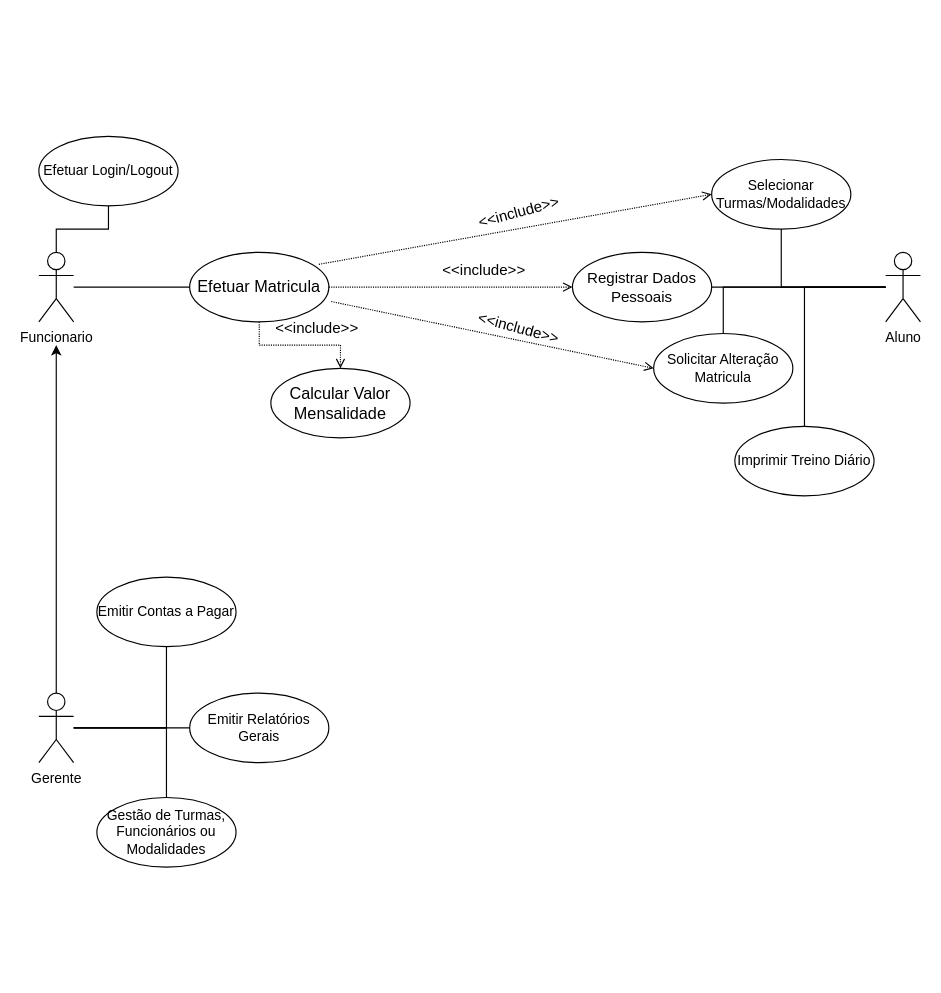
Earlier version of the draw.io diagram SÓBOMBADOS.drawio (loui674/Diagramas-de-Caso-de-Uso). Source tidied: cells renumbered, new cells numbered last; positions are measured from the earlier drawing's top-left corner, leaving out a move shared by most shapes. Both pictures are drawn from the tidied source at 116%, with x=0, y=0 at pixel (38, 136).
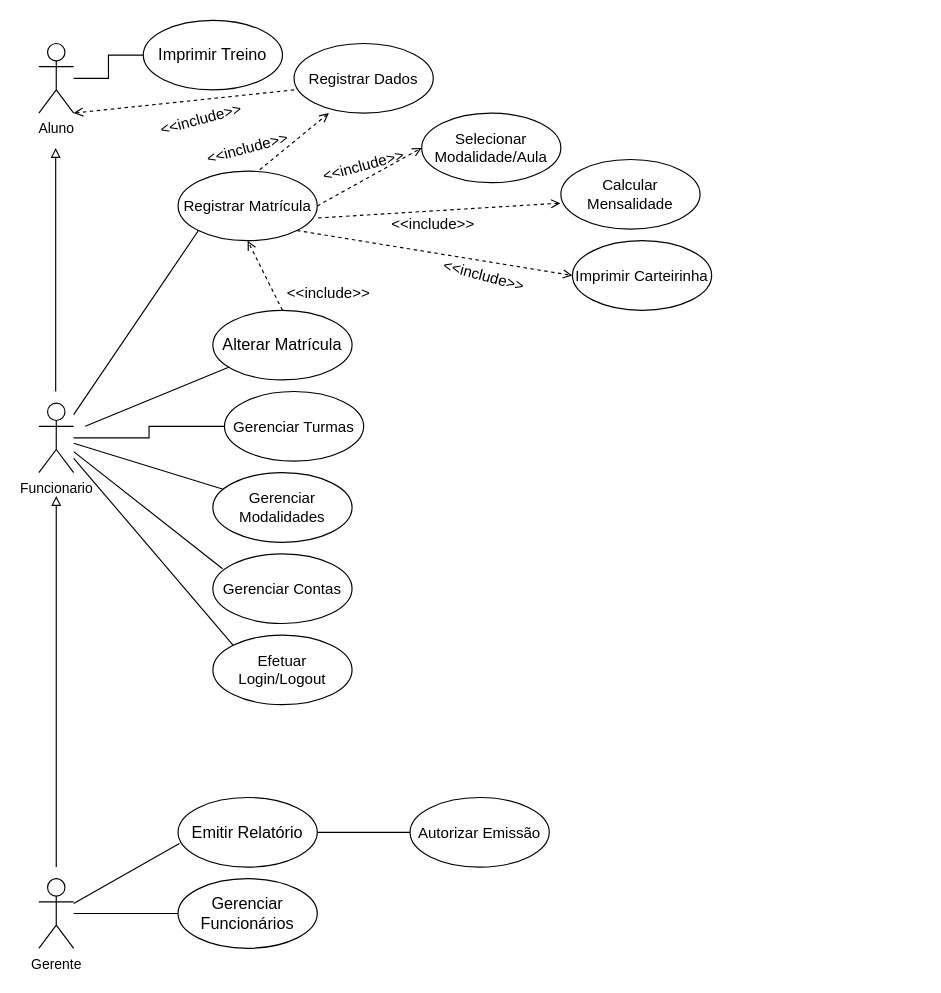
The same diagram, later.

Change to the diagram source:
```diff
@@
-    <mxCell id="2" style="edgeStyle=orthogonalEdgeStyle;rounded=0;jettySize=auto;html=1;fontSize=14;endArrow=none;endFill=0;" parent="1" edge="1" source="4" target="11">
-      <mxGeometry relative="1" as="geometry" />
-    </mxCell>
+    <mxCell id="33" style="edgeStyle=orthogonalEdgeStyle;rounded=0;jettySize=auto;html=1;fontSize=14;endArrow=none;endFill=0;" parent="1" edge="1" source="4" target="39">
+      <mxGeometry relative="1" as="geometry" />
+    </mxCell>
+    <mxCell id="4" value="Funcionario&lt;br&gt;" style="shape=umlActor;verticalLabelPosition=bottom;verticalAlign=top;outlineConnect=0;fillColor=default;fontStyle=0;html=1;horizontal=1;" parent="1" vertex="1">
+      <mxGeometry y="230" width="30" height="60" as="geometry" />
+    </mxCell>
+    <mxCell id="34" style="edgeStyle=orthogonalEdgeStyle;rounded=0;jettySize=auto;html=1;endArrow=none;endFill=0;" parent="1" edge="1" source="9" target="36">
+      <mxGeometry relative="1" as="geometry" />
+    </mxCell>
+    <mxCell id="9" value="Aluno" style="shape=umlActor;verticalLabelPosition=bottom;verticalAlign=top;outlineConnect=0;fillColor=default;fontStyle=0;html=1;horizontal=1;" parent="1" vertex="1">
+      <mxGeometry y="-80" width="30" height="60" as="geometry" />
+    </mxCell>
+    <mxCell id="35" style="edgeStyle=orthogonalEdgeStyle;rounded=0;jettySize=auto;html=1;fontSize=13;endArrow=none;endFill=0;" parent="1" edge="1" source="26" target="44">
+      <mxGeometry relative="1" as="geometry" />
+    </mxCell>
+    <mxCell id="26" value="Gerente" style="shape=umlActor;verticalLabelPosition=bottom;verticalAlign=top;outlineConnect=0;fillColor=default;fontStyle=0;html=1;horizontal=1;" parent="1" vertex="1">
+      <mxGeometry y="640" width="30" height="60" as="geometry" />
+    </mxCell>
+    <mxCell id="36" value="Imprimir Treino" style="ellipse;whiteSpace=wrap;html=1;verticalAlign=middle;fontStyle=0;fontSize=14;" parent="1" vertex="1">
+      <mxGeometry x="90" y="-100" width="120" height="60" as="geometry" />
+    </mxCell>
+    <mxCell id="37" style="endArrow=block;html=1;rounded=0;fontSize=14;endFill=0;" parent="1" edge="1">
+      <mxGeometry relative="1" as="geometry">
+        <mxPoint x="14.5" y="220" as="sourcePoint" />
+        <mxPoint x="14.5" y="10" as="targetPoint" />
+      </mxGeometry>
+    </mxCell>
+    <mxCell id="38" style="endArrow=block;html=1;rounded=0;fontSize=14;endFill=0;" parent="1" edge="1">
+      <mxGeometry relative="1" as="geometry">
+        <mxPoint x="15" y="630" as="sourcePoint" />
+        <mxPoint x="15" y="310" as="targetPoint" />
+      </mxGeometry>
+    </mxCell>
+    <mxCell id="39" value="Gerenciar Turmas" style="ellipse;whiteSpace=wrap;html=1;verticalAlign=middle;fontStyle=0;fontSize=13;" parent="1" vertex="1">
+      <mxGeometry x="160" y="220" width="120" height="60" as="geometry" />
+    </mxCell>
+    <mxCell id="40" value="Registrar Matrícula" style="ellipse;whiteSpace=wrap;html=1;verticalAlign=middle;fontStyle=0;fontSize=13;" parent="1" vertex="1">
+      <mxGeometry x="120" y="30" width="120" height="60" as="geometry" />
+    </mxCell>
+    <mxCell id="41" value="Alterar Matrícula" style="ellipse;whiteSpace=wrap;html=1;verticalAlign=middle;fontStyle=0;fontSize=14;" parent="1" vertex="1">
+      <mxGeometry x="150" y="150" width="120" height="60" as="geometry" />
+    </mxCell>
+    <mxCell id="42" value="Registrar Dados" style="ellipse;whiteSpace=wrap;html=1;verticalAlign=middle;fontStyle=0;fontSize=13;" parent="1" vertex="1">
+      <mxGeometry x="220" y="-80" width="120" height="60" as="geometry" />
+    </mxCell>
+    <mxCell id="43" value="Calcular Mensalidade" style="ellipse;whiteSpace=wrap;html=1;verticalAlign=middle;fontStyle=0;fontSize=13;" parent="1" vertex="1">
+      <mxGeometry x="450" y="20" width="120" height="60" as="geometry" />
+    </mxCell>
+    <mxCell id="44" value="Gerenciar Funcionários" style="ellipse;whiteSpace=wrap;html=1;verticalAlign=middle;fontStyle=0;fontSize=14;" parent="1" vertex="1">
+      <mxGeometry x="120" y="640" width="120" height="60" as="geometry" />
+    </mxCell>
+    <mxCell id="45" style="endArrow=open;html=1;rounded=0;fontSize=14;entryX=1;entryY=1;entryDx=0;entryDy=0;entryPerimeter=0;endFill=0;startArrow=none;startFill=0;dashed=1;exitX=0;exitY=0.667;exitDx=0;exitDy=0;exitPerimeter=0;" parent="1" edge="1" source="42" target="9">
+      <mxGeometry relative="1" as="geometry" />
+    </mxCell>
+    <mxCell id="46" value="&amp;lt;&amp;lt;include&amp;gt;&amp;gt;" style="text;html=1;strokeColor=none;fillColor=none;align=center;verticalAlign=middle;whiteSpace=wrap;rounded=0;fontSize=13;rotation=-15;" parent="1" vertex="1">
+      <mxGeometry x="110" y="-30" width="60" height="30" as="geometry" />
+    </mxCell>
+    <mxCell id="47" value="Selecionar Modalidade/Aula" style="ellipse;whiteSpace=wrap;html=1;verticalAlign=middle;fontStyle=0;fontSize=13;" parent="1" vertex="1">
+      <mxGeometry x="330" y="-20" width="120" height="60" as="geometry" />
+    </mxCell>
+    <mxCell id="48" style="endArrow=none;html=1;rounded=0;fontSize=13;entryX=0;entryY=1;entryDx=0;entryDy=0;" parent="1" edge="1" target="40">
+      <mxGeometry relative="1" as="geometry">
+        <mxPoint x="30" y="240" as="sourcePoint" />
+      </mxGeometry>
+    </mxCell>
+    <mxCell id="49" style="endArrow=open;dashed=1;html=1;rounded=0;fontSize=13;entryX=0.5;entryY=1;entryDx=0;entryDy=0;exitX=0.5;exitY=0;exitDx=0;exitDy=0;endFill=0;" parent="1" edge="1" source="41" target="40">
+      <mxGeometry relative="1" as="geometry" />
+    </mxCell>
+    <mxCell id="50" value="&amp;lt;&amp;lt;include&amp;gt;&amp;gt;" style="text;html=1;strokeColor=none;fillColor=none;align=center;verticalAlign=middle;whiteSpace=wrap;rounded=0;fontSize=13;" parent="1" vertex="1">
+      <mxGeometry x="220" y="120" width="60" height="30" as="geometry" />
+    </mxCell>
+    <mxCell id="51" style="endArrow=open;dashed=1;html=1;rounded=0;fontSize=13;entryX=0;entryY=0.5;entryDx=0;entryDy=0;exitX=1;exitY=0.5;exitDx=0;exitDy=0;endFill=0;" parent="1" edge="1" source="40" target="47">
+      <mxGeometry relative="1" as="geometry" />
+    </mxCell>
+    <mxCell id="52" value="&amp;lt;&amp;lt;include&amp;gt;&amp;gt;" style="text;html=1;strokeColor=none;fillColor=none;align=center;verticalAlign=middle;whiteSpace=wrap;rounded=0;fontSize=13;rotation=-15;" parent="1" vertex="1">
+      <mxGeometry x="250" y="10" width="60" height="30" as="geometry" />
+    </mxCell>
+    <mxCell id="53" style="endArrow=open;dashed=1;html=1;rounded=0;fontSize=13;entryX=-0.003;entryY=0.627;entryDx=0;entryDy=0;exitX=1.007;exitY=0.673;exitDx=0;exitDy=0;endFill=0;exitPerimeter=0;entryPerimeter=0;" parent="1" edge="1" source="40" target="43">
+      <mxGeometry relative="1" as="geometry" />
+    </mxCell>
+    <mxCell id="54" value="&amp;lt;&amp;lt;include&amp;gt;&amp;gt;" style="text;html=1;strokeColor=none;fillColor=none;align=center;verticalAlign=middle;whiteSpace=wrap;rounded=0;fontSize=13;rotation=0;" parent="1" vertex="1">
+      <mxGeometry x="310" y="60" width="60" height="30" as="geometry" />
+    </mxCell>
+    <mxCell id="55" style="endArrow=open;dashed=1;html=1;rounded=0;fontSize=13;entryX=0.25;entryY=1;entryDx=0;entryDy=0;exitX=0.587;exitY=-0.02;exitDx=0;exitDy=0;endFill=0;exitPerimeter=0;entryPerimeter=0;" parent="1" edge="1" source="40" target="42">
+      <mxGeometry relative="1" as="geometry" />
+    </mxCell>
+    <mxCell id="56" value="&amp;lt;&amp;lt;include&amp;gt;&amp;gt;" style="text;html=1;strokeColor=none;fillColor=none;align=center;verticalAlign=middle;whiteSpace=wrap;rounded=0;fontSize=13;rotation=-15;" parent="1" vertex="1">
+      <mxGeometry x="150" y="-5" width="60" height="30" as="geometry" />
+    </mxCell>
+    <mxCell id="57" value="Imprimir Carteirinha" style="ellipse;whiteSpace=wrap;html=1;verticalAlign=middle;fontStyle=0;fontSize=13;" parent="1" vertex="1">
+      <mxGeometry x="460" y="90" width="120" height="60" as="geometry" />
+    </mxCell>
+    <mxCell id="58" style="endArrow=open;dashed=1;html=1;rounded=0;fontSize=13;entryX=0;entryY=0.5;entryDx=0;entryDy=0;exitX=1;exitY=1;exitDx=0;exitDy=0;endFill=0;" parent="1" edge="1" source="40" target="57">
+      <mxGeometry relative="1" as="geometry" />
+    </mxCell>
+    <mxCell id="30" value="&amp;lt;&amp;lt;include&amp;gt;&amp;gt;" style="text;html=1;strokeColor=none;fillColor=none;align=center;verticalAlign=middle;whiteSpace=wrap;rounded=0;fontSize=13;rotation=15;" parent="1" vertex="1">
+      <mxGeometry x="354" y="105" width="60" height="30" as="geometry" />
+    </mxCell>
+    <mxCell id="59" style="endArrow=none;html=1;rounded=0;fontSize=13;" parent="1" edge="1" target="41">
+      <mxGeometry relative="1" as="geometry">
+        <mxPoint x="40" y="250" as="sourcePoint" />
+      </mxGeometry>
+    </mxCell>
+    <mxCell id="60" value="Gerenciar Modalidades" style="ellipse;whiteSpace=wrap;html=1;verticalAlign=middle;fontStyle=0;fontSize=13;" parent="1" vertex="1">
+      <mxGeometry x="150" y="290" width="120" height="60" as="geometry" />
+    </mxCell>
+    <mxCell id="61" style="endArrow=none;html=1;rounded=0;fontSize=13;" parent="1" edge="1" source="4" target="60">
+      <mxGeometry relative="1" as="geometry" />
+    </mxCell>
+    <mxCell id="62" value="Gerenciar Contas" style="ellipse;whiteSpace=wrap;html=1;verticalAlign=middle;fontStyle=0;fontSize=13;" parent="1" vertex="1">
+      <mxGeometry x="150" y="360" width="120" height="60" as="geometry" />
+    </mxCell>
+    <mxCell id="63" style="endArrow=none;html=1;rounded=0;fontSize=13;entryX=0.07;entryY=0.213;entryDx=0;entryDy=0;entryPerimeter=0;" parent="1" edge="1" source="4" target="62">
+      <mxGeometry relative="1" as="geometry" />
+    </mxCell>
+    <mxCell id="64" style="endArrow=none;html=1;rounded=0;fontSize=13;entryX=0.01;entryY=0.66;entryDx=0;entryDy=0;entryPerimeter=0;" parent="1" edge="1" source="26" target="66">
+      <mxGeometry relative="1" as="geometry" />
+    </mxCell>
+    <mxCell id="65" style="edgeStyle=orthogonalEdgeStyle;rounded=0;jettySize=auto;html=1;fontSize=13;startArrow=none;startFill=0;endArrow=none;endFill=0;" parent="1" edge="1" source="66" target="67">
+      <mxGeometry relative="1" as="geometry" />
+    </mxCell>
+    <mxCell id="66" value="Emitir Relatório" style="ellipse;whiteSpace=wrap;html=1;verticalAlign=middle;fontStyle=0;fontSize=14;" parent="1" vertex="1">
+      <mxGeometry x="120" y="570" width="120" height="60" as="geometry" />
+    </mxCell>
+    <mxCell id="22" value="Efetuar Login/Logout" style="ellipse;whiteSpace=wrap;html=1;verticalAlign=middle;fontStyle=0;fontSize=13;" parent="1" vertex="1">
+      <mxGeometry x="150" y="430" width="120" height="60" as="geometry" />
+    </mxCell>
-    <mxCell id="3" style="edgeStyle=orthogonalEdgeStyle;rounded=0;jettySize=auto;html=1;fontSize=12;endArrow=none;endFill=0;" parent="1" edge="1" source="4" target="22">
+    <mxCell id="3" style="endArrow=none;html=1;rounded=0;fontSize=13;entryX=0;entryY=0;entryDx=0;entryDy=0;" parent="1" edge="1" source="4" target="22">
       <mxGeometry relative="1" as="geometry" />
     </mxCell>
-    <mxCell id="4" value="Funcionario&lt;br&gt;" style="shape=umlActor;verticalLabelPosition=bottom;verticalAlign=top;outlineConnect=0;fillColor=default;fontStyle=0;html=1;horizontal=1;" parent="1" vertex="1">
-      <mxGeometry y="100" width="30" height="60" as="geometry" />
-    </mxCell>
-    <mxCell id="5" style="edgeStyle=orthogonalEdgeStyle;rounded=0;jettySize=auto;html=1;fontSize=14;endArrow=none;endFill=0;" parent="1" edge="1" source="9" target="12">
-      <mxGeometry relative="1" as="geometry" />
-    </mxCell>
-    <mxCell id="6" style="edgeStyle=orthogonalEdgeStyle;rounded=0;jettySize=auto;html=1;fontSize=13;endArrow=none;endFill=0;" parent="1" edge="1" source="9" target="15">
-      <mxGeometry relative="1" as="geometry" />
-    </mxCell>
-    <mxCell id="7" style="edgeStyle=orthogonalEdgeStyle;rounded=0;jettySize=auto;html=1;fontSize=12;endArrow=none;endFill=0;" parent="1" edge="1" source="9" target="20">
-      <mxGeometry relative="1" as="geometry" />
-    </mxCell>
-    <mxCell id="8" style="edgeStyle=orthogonalEdgeStyle;rounded=0;jettySize=auto;html=1;fontSize=12;endArrow=none;endFill=0;" parent="1" edge="1" source="9" target="21">
-      <mxGeometry relative="1" as="geometry" />
-    </mxCell>
-    <mxCell id="9" value="Aluno" style="shape=umlActor;verticalLabelPosition=bottom;verticalAlign=top;outlineConnect=0;fillColor=default;fontStyle=0;html=1;horizontal=1;" parent="1" vertex="1">
-      <mxGeometry x="730" y="100" width="30" height="60" as="geometry" />
-    </mxCell>
-    <mxCell id="10" style="edgeStyle=orthogonalEdgeStyle;rounded=0;jettySize=auto;html=1;fontSize=12;endArrow=open;endFill=0;dashed=1;dashPattern=1 1;" parent="1" edge="1" source="11" target="18">
-      <mxGeometry relative="1" as="geometry" />
-    </mxCell>
-    <mxCell id="11" value="Efetuar Matricula" style="ellipse;whiteSpace=wrap;html=1;verticalAlign=middle;fontStyle=0;fontSize=14;" parent="1" vertex="1">
-      <mxGeometry x="130" y="100" width="120" height="60" as="geometry" />
-    </mxCell>
-    <mxCell id="12" value="Registrar Dados Pessoais" style="ellipse;whiteSpace=wrap;html=1;verticalAlign=middle;fontStyle=0;fontSize=13;" parent="1" vertex="1">
-      <mxGeometry x="460" y="100" width="120" height="60" as="geometry" />
-    </mxCell>
-    <mxCell id="13" style="endArrow=open;html=1;rounded=0;fontSize=13;entryX=0;entryY=0.5;entryDx=0;entryDy=0;exitX=1;exitY=0.5;exitDx=0;exitDy=0;dashed=1;dashPattern=1 1;endFill=0;" parent="1" edge="1" source="11" target="12">
-      <mxGeometry relative="1" as="geometry" />
-    </mxCell>
-    <mxCell id="14" value="&amp;lt;&amp;lt;include&amp;gt;&amp;gt;" style="text;html=1;strokeColor=none;fillColor=none;align=center;verticalAlign=middle;whiteSpace=wrap;rounded=0;fontSize=13;" parent="1" vertex="1">
-      <mxGeometry x="354" y="100" width="60" height="30" as="geometry" />
-    </mxCell>
-    <mxCell id="15" value="Selecionar Turmas/Modalidades" style="ellipse;whiteSpace=wrap;html=1;verticalAlign=middle;fontStyle=0;fontSize=12;" parent="1" vertex="1">
-      <mxGeometry x="580" y="20" width="120" height="60" as="geometry" />
-    </mxCell>
-    <mxCell id="16" style="endArrow=open;html=1;rounded=0;fontSize=13;entryX=0;entryY=0.5;entryDx=0;entryDy=0;exitX=0.928;exitY=0.173;exitDx=0;exitDy=0;dashed=1;dashPattern=1 1;endFill=0;exitPerimeter=0;" parent="1" edge="1" source="11" target="15">
-      <mxGeometry relative="1" as="geometry" />
-    </mxCell>
-    <mxCell id="17" value="&amp;lt;&amp;lt;include&amp;gt;&amp;gt;" style="text;html=1;strokeColor=none;fillColor=none;align=center;verticalAlign=middle;whiteSpace=wrap;rounded=0;fontSize=13;rotation=-15;" parent="1" vertex="1">
-      <mxGeometry x="384" y="50" width="60" height="30" as="geometry" />
-    </mxCell>
-    <mxCell id="18" value="Calcular Valor Mensalidade" style="ellipse;whiteSpace=wrap;html=1;fontSize=14;fontStyle=0;" parent="1" vertex="1">
-      <mxGeometry x="200" y="200" width="120" height="60" as="geometry" />
-    </mxCell>
-    <mxCell id="19" value="&amp;lt;&amp;lt;include&amp;gt;&amp;gt;" style="text;html=1;strokeColor=none;fillColor=none;align=center;verticalAlign=middle;whiteSpace=wrap;rounded=0;fontSize=13;" parent="1" vertex="1">
-      <mxGeometry x="210" y="150" width="60" height="30" as="geometry" />
-    </mxCell>
-    <mxCell id="20" value="Solicitar Alteração Matricula" style="ellipse;whiteSpace=wrap;html=1;verticalAlign=middle;fontStyle=0;" parent="1" vertex="1">
-      <mxGeometry x="530" y="170" width="120" height="60" as="geometry" />
-    </mxCell>
-    <mxCell id="21" value="Imprimir Treino Diário" style="ellipse;whiteSpace=wrap;html=1;verticalAlign=middle;fontStyle=0;" parent="1" vertex="1">
-      <mxGeometry x="600" y="250" width="120" height="60" as="geometry" />
-    </mxCell>
-    <mxCell id="22" value="Efetuar Login/Logout" style="ellipse;whiteSpace=wrap;html=1;verticalAlign=middle;fontStyle=0;" parent="1" vertex="1">
-      <mxGeometry width="120" height="60" as="geometry" />
-    </mxCell>
-    <mxCell id="23" style="edgeStyle=orthogonalEdgeStyle;rounded=0;jettySize=auto;html=1;fontSize=12;endArrow=none;endFill=0;" parent="1" edge="1" source="26" target="28">
-      <mxGeometry relative="1" as="geometry" />
-    </mxCell>
-    <mxCell id="24" style="edgeStyle=orthogonalEdgeStyle;rounded=0;jettySize=auto;html=1;fontSize=12;endArrow=none;endFill=0;" parent="1" edge="1" source="26" target="31">
-      <mxGeometry relative="1" as="geometry" />
-    </mxCell>
-    <mxCell id="25" style="edgeStyle=orthogonalEdgeStyle;rounded=0;jettySize=auto;html=1;fontSize=12;endArrow=none;endFill=0;" parent="1" edge="1" source="26" target="32">
-      <mxGeometry relative="1" as="geometry" />
-    </mxCell>
-    <mxCell id="26" value="Gerente" style="shape=umlActor;verticalLabelPosition=bottom;verticalAlign=top;outlineConnect=0;fillColor=default;fontStyle=0;html=1;horizontal=1;" parent="1" vertex="1">
-      <mxGeometry y="480" width="30" height="60" as="geometry" />
-    </mxCell>
-    <mxCell id="27" style="endArrow=classic;html=1;rounded=0;fontSize=12;exitX=0.5;exitY=0;exitDx=0;exitDy=0;exitPerimeter=0;" parent="1" edge="1" source="26">
-      <mxGeometry relative="1" as="geometry">
-        <mxPoint x="15" y="180" as="targetPoint" />
-      </mxGeometry>
-    </mxCell>
-    <mxCell id="28" value="Emitir Relatórios Gerais" style="ellipse;whiteSpace=wrap;html=1;verticalAlign=middle;fontStyle=0;" parent="1" vertex="1">
-      <mxGeometry x="130" y="480" width="120" height="60" as="geometry" />
-    </mxCell>
-    <mxCell id="29" style="endArrow=open;html=1;rounded=0;fontSize=13;entryX=0;entryY=0.5;entryDx=0;entryDy=0;exitX=1.017;exitY=0.707;exitDx=0;exitDy=0;dashed=1;dashPattern=1 1;endFill=0;exitPerimeter=0;" parent="1" edge="1" source="11" target="20">
-      <mxGeometry relative="1" as="geometry" />
-    </mxCell>
-    <mxCell id="30" value="&amp;lt;&amp;lt;include&amp;gt;&amp;gt;" style="text;html=1;strokeColor=none;fillColor=none;align=center;verticalAlign=middle;whiteSpace=wrap;rounded=0;fontSize=13;rotation=15;" parent="1" vertex="1">
-      <mxGeometry x="384" y="150" width="60" height="30" as="geometry" />
-    </mxCell>
-    <mxCell id="31" value="Gestão de Turmas, Funcionários ou Modalidades" style="ellipse;whiteSpace=wrap;html=1;verticalAlign=middle;fontStyle=0;" parent="1" vertex="1">
-      <mxGeometry x="50" y="570" width="120" height="60" as="geometry" />
-    </mxCell>
-    <mxCell id="32" value="Emitir Contas a Pagar" style="ellipse;whiteSpace=wrap;html=1;verticalAlign=middle;fontStyle=0;" parent="1" vertex="1">
-      <mxGeometry x="50" y="380" width="120" height="60" as="geometry" />
-    </mxCell>
+    <mxCell id="67" value="Autorizar Emissão" style="ellipse;whiteSpace=wrap;html=1;fontSize=13;fontStyle=0;" parent="1" vertex="1">
+      <mxGeometry x="320" y="570" width="120" height="60" as="geometry" />
+    </mxCell>
```
